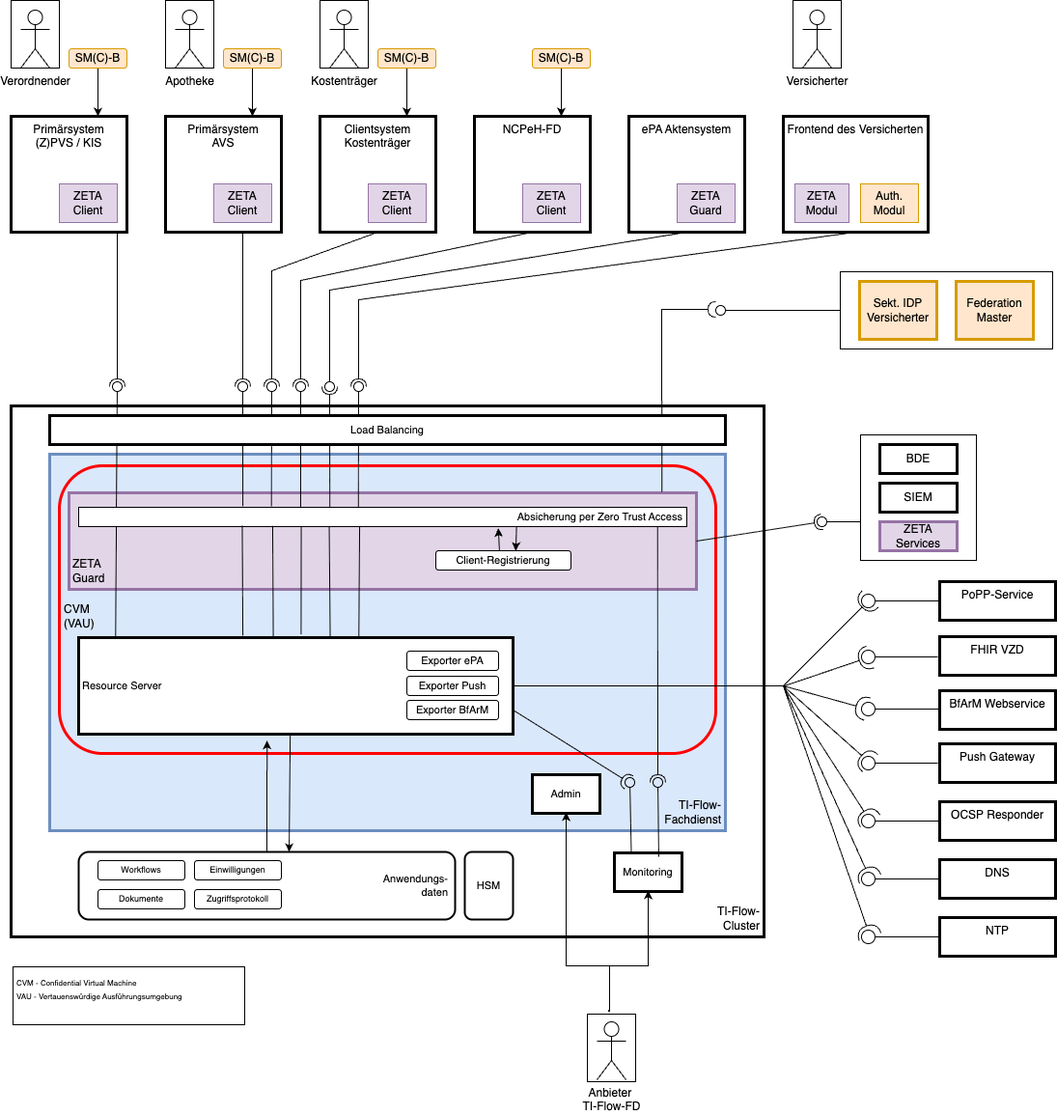
The draw.io diagram igs/core/input/images/systemueberblick_TI-Flow-Fachdienst.drawio.png in gematik/fhir-igs-workflow, before a commit. Source tidied: cells renumbered, new cells last; positions are measured from the earlier drawing's top-left corner, leaving out a move shared by most shapes.
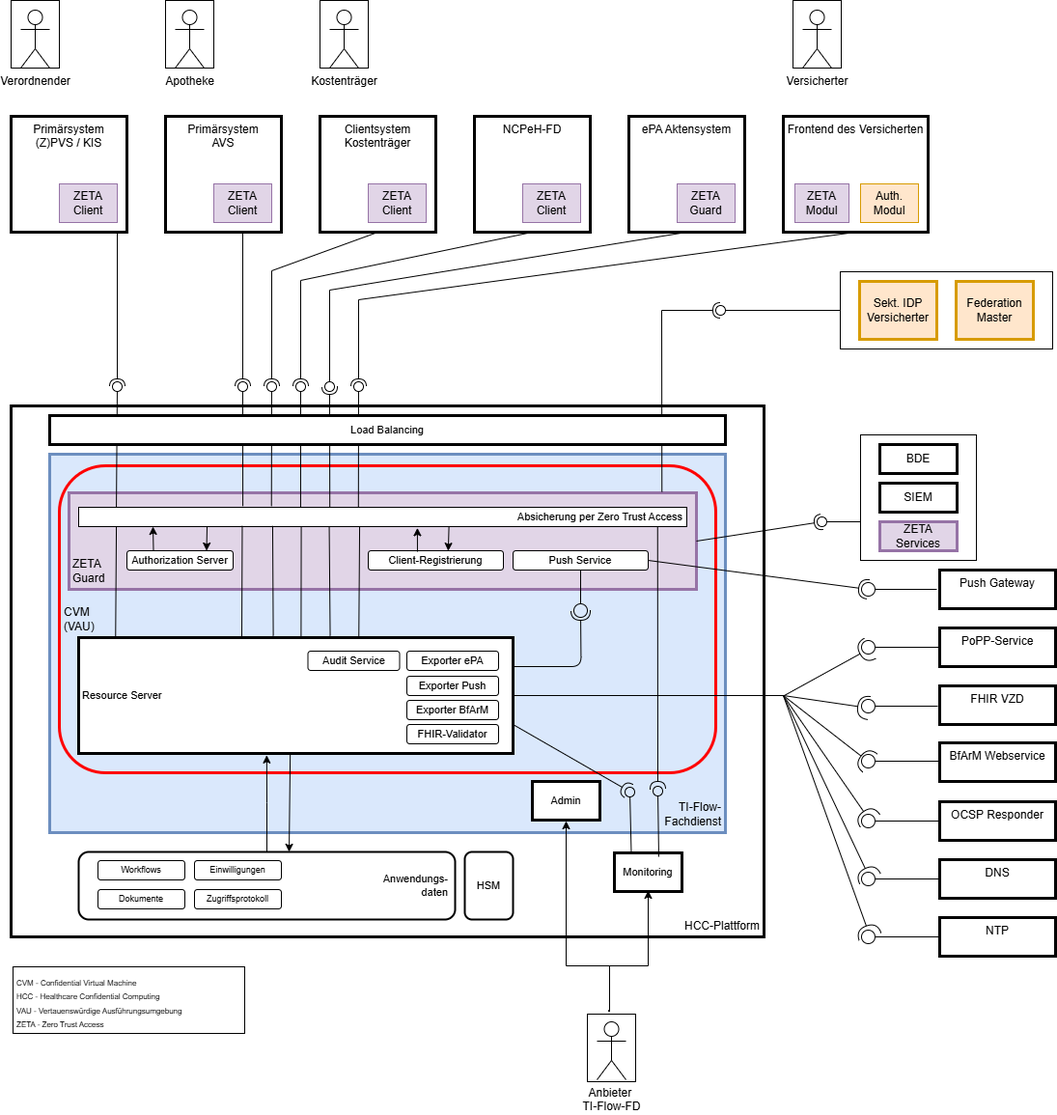
After the commit.

Commit message:
generalise the table captions

Change to the diagram source:
```diff
@@ -4,3 +4,3 @@
     <mxCell id="1" parent="0" />
-    <mxCell id="2" value="TI-Flow-&lt;div&gt;Cluster&lt;/div&gt;" style="rounded=0;whiteSpace=wrap;html=1;align=right;verticalAlign=bottom;strokeWidth=3;spacing=4;" parent="1" vertex="1">
+    <mxCell id="2" value="HCC-Plattform" style="rounded=0;whiteSpace=wrap;html=1;align=right;verticalAlign=bottom;strokeWidth=3;spacing=4;" parent="1" vertex="1">
       <mxGeometry y="420" width="780" height="550" as="geometry" />
@@ -8,6 +8,6 @@
     <mxCell id="3" value="TI-Flow-&lt;div&gt;Fachdienst&lt;/div&gt;" style="rounded=0;whiteSpace=wrap;html=1;fillColor=#dae8fc;strokeColor=#6c8ebf;strokeWidth=3;align=right;verticalAlign=bottom;spacing=4;" parent="1" vertex="1">
-      <mxGeometry x="40" y="470" width="700" height="390" as="geometry" />
+      <mxGeometry x="40" y="470" width="700" height="392" as="geometry" />
     </mxCell>
-    <mxCell id="4" value="&lt;div&gt;&lt;br&gt;&lt;/div&gt;CVM&lt;div&gt;(VAU)&lt;/div&gt;" style="rounded=1;whiteSpace=wrap;html=1;fillColor=none;strokeWidth=3;strokeColor=light-dark(#ff0000, #ededed);align=left;spacingLeft=3;" parent="1" vertex="1">
-      <mxGeometry x="50" y="482" width="680" height="298" as="geometry" />
+    <mxCell id="4" value="&lt;div&gt;&lt;span style=&quot;background-color: transparent;&quot;&gt;CVM&lt;/span&gt;&lt;/div&gt;&lt;div&gt;(VAU)&lt;/div&gt;" style="rounded=1;whiteSpace=wrap;html=1;fillColor=none;strokeWidth=3;strokeColor=light-dark(#ff0000, #ededed);align=left;spacingLeft=3;" parent="1" vertex="1">
+      <mxGeometry x="50" y="482" width="680" height="318" as="geometry" />
     </mxCell>
@@ -20,7 +20,4 @@
     <mxCell id="7" value="Client-Registrierung" style="rounded=1;whiteSpace=wrap;html=1;fontSize=11;" parent="1" vertex="1">
-      <mxGeometry x="440" y="570" width="140" height="20" as="geometry" />
+      <mxGeometry x="370" y="570" width="140" height="20" as="geometry" />
     </mxCell>
-    <mxCell id="8" style="endArrow=classic;html=1;rounded=0;exitX=0.471;exitY=0;exitDx=0;exitDy=0;exitPerimeter=0;entryX=0.69;entryY=1.083;entryDx=0;entryDy=0;entryPerimeter=0;" parent="1" edge="1" source="7" target="9">
-      <mxGeometry relative="1" as="geometry" />
-    </mxCell>
     <mxCell id="9" value="Absicherung per Zero Trust Access" style="rounded=0;whiteSpace=wrap;html=1;fontSize=11;align=right;spacing=4;" parent="1" vertex="1">
@@ -28,9 +25,16 @@
     </mxCell>
-    <mxCell id="10" style="endArrow=classic;html=1;rounded=0;entryX=0.592;entryY=0.007;entryDx=0;entryDy=0;entryPerimeter=0;exitX=0.72;exitY=1.003;exitDx=0;exitDy=0;exitPerimeter=0;" parent="1" edge="1" source="9" target="7">
-      <mxGeometry relative="1" as="geometry" />
+    <mxCell id="10" style="endArrow=classic;html=1;rounded=0;entryX=0.592;entryY=0.007;entryDx=0;entryDy=0;entryPerimeter=0;exitX=0.72;exitY=1.003;exitDx=0;exitDy=0;exitPerimeter=0;" parent="1" edge="1" target="7">
+      <mxGeometry relative="1" as="geometry">
+        <mxPoint x="453.6" y="545.1" as="sourcePoint" />
+      </mxGeometry>
     </mxCell>
+    <mxCell id="138" style="edgeStyle=orthogonalEdgeStyle;html=1;exitX=1;exitY=0.25;exitDx=0;exitDy=0;endArrow=halfCircle;endFill=0;jumpSize=6;endSize=8;" parent="1" edge="1" source="11">
+      <mxGeometry relative="1" as="geometry">
+        <mxPoint x="590" y="632" as="targetPoint" />
+      </mxGeometry>
+    </mxCell>
     <mxCell id="11" value="Resource Server" style="rounded=0;whiteSpace=wrap;html=1;fontSize=11;strokeWidth=3;align=left;perimeterSpacing=0;spacing=4;" parent="1" vertex="1">
-      <mxGeometry x="70" y="660" width="450" height="100" as="geometry" />
+      <mxGeometry x="70" y="660" width="450" height="120" as="geometry" />
     </mxCell>
-    <mxCell id="12" style="edgeStyle=orthogonalEdgeStyle;rounded=0;jettySize=auto;html=1;exitX=0.5;exitY=0;exitDx=0;exitDy=0;entryX=0.434;entryY=1.067;entryDx=0;entryDy=0;entryPerimeter=0;" parent="1" edge="1" source="13" target="11">
+    <mxCell id="12" style="edgeStyle=orthogonalEdgeStyle;rounded=0;jettySize=auto;html=1;exitX=0.5;exitY=0;exitDx=0;exitDy=0;entryX=0.433;entryY=1.015;entryDx=0;entryDy=0;entryPerimeter=0;" parent="1" edge="1" source="13" target="11">
       <mxGeometry relative="1" as="geometry" />
@@ -75,3 +79,3 @@
       <mxGeometry relative="1" as="geometry">
-        <mxPoint x="640" y="810" as="targetPoint" />
+        <mxPoint x="640" y="819" as="targetPoint" />
       </mxGeometry>
@@ -80,3 +84,3 @@
       <mxGeometry relative="1" as="geometry">
-        <mxPoint x="641" y="810" as="targetPoint" />
+        <mxPoint x="641" y="820" as="targetPoint" />
       </mxGeometry>
@@ -88,3 +92,3 @@
       <mxGeometry relative="1" as="geometry">
-        <mxPoint x="670" y="810" as="targetPoint" />
+        <mxPoint x="670" y="817" as="targetPoint" />
       </mxGeometry>
@@ -93,3 +97,3 @@
       <mxGeometry relative="1" as="geometry">
-        <mxPoint x="670" y="810" as="targetPoint" />
+        <mxPoint x="670" y="819" as="targetPoint" />
       </mxGeometry>
@@ -133,6 +137,6 @@
     <mxCell id="39" value="BfArM Webservice" style="rounded=0;whiteSpace=wrap;html=1;verticalAlign=top;strokeWidth=3;" parent="1" vertex="1">
-      <mxGeometry x="962" y="715" width="120" height="40" as="geometry" />
+      <mxGeometry x="962" y="769" width="120" height="40" as="geometry" />
     </mxCell>
     <mxCell id="40" value="FHIR VZD" style="rounded=0;whiteSpace=wrap;html=1;verticalAlign=top;strokeWidth=3;" parent="1" vertex="1">
-      <mxGeometry x="962" y="659" width="120" height="40" as="geometry" />
+      <mxGeometry x="962" y="710" width="120" height="40" as="geometry" />
     </mxCell>
@@ -145,3 +149,3 @@
     <mxCell id="43" value="PoPP-Service" style="rounded=0;whiteSpace=wrap;html=1;verticalAlign=top;strokeWidth=3;" parent="1" vertex="1">
-      <mxGeometry x="962" y="602" width="120" height="40" as="geometry" />
+      <mxGeometry x="962" y="650" width="120" height="40" as="geometry" />
     </mxCell>
@@ -275,3 +279,3 @@
     <mxCell id="72" value="Push Gateway" style="rounded=0;whiteSpace=wrap;html=1;verticalAlign=top;strokeWidth=3;" parent="1" vertex="1">
-      <mxGeometry x="962" y="770" width="120" height="40" as="geometry" />
+      <mxGeometry x="962" y="590" width="120" height="40" as="geometry" />
     </mxCell>
@@ -291,5 +295,5 @@
       <mxGeometry relative="1" as="geometry">
-        <mxPoint x="730" y="320" as="targetPoint" />
+        <mxPoint x="735" y="321" as="targetPoint" />
         <Array as="points">
-          <mxPoint x="674" y="320" />
+          <mxPoint x="674" y="321" />
         </Array>
@@ -329,26 +333,2 @@
     </mxCell>
-    <mxCell id="87" style="edgeStyle=orthogonalEdgeStyle;rounded=0;jettySize=auto;html=1;exitX=0.5;exitY=1;exitDx=0;exitDy=0;entryX=0.75;entryY=0;entryDx=0;entryDy=0;" parent="1" edge="1" source="88" target="29">
-      <mxGeometry relative="1" as="geometry" />
-    </mxCell>
-    <mxCell id="88" value="SM(C)-B" style="rounded=1;whiteSpace=wrap;html=1;fillColor=#ffe6cc;strokeColor=#d79b00;" parent="1" vertex="1">
-      <mxGeometry x="60" y="50" width="60" height="20" as="geometry" />
-    </mxCell>
-    <mxCell id="89" style="edgeStyle=orthogonalEdgeStyle;rounded=0;jettySize=auto;html=1;exitX=0.5;exitY=1;exitDx=0;exitDy=0;entryX=0.75;entryY=0;entryDx=0;entryDy=0;" parent="1" edge="1" source="90" target="31">
-      <mxGeometry relative="1" as="geometry" />
-    </mxCell>
-    <mxCell id="90" value="SM(C)-B" style="rounded=1;whiteSpace=wrap;html=1;fillColor=#ffe6cc;strokeColor=#d79b00;" parent="1" vertex="1">
-      <mxGeometry x="220" y="50" width="60" height="20" as="geometry" />
-    </mxCell>
-    <mxCell id="91" style="edgeStyle=orthogonalEdgeStyle;rounded=0;jettySize=auto;html=1;exitX=0.5;exitY=1;exitDx=0;exitDy=0;entryX=0.75;entryY=0;entryDx=0;entryDy=0;" parent="1" edge="1" source="92" target="33">
-      <mxGeometry relative="1" as="geometry" />
-    </mxCell>
-    <mxCell id="92" value="SM(C)-B" style="rounded=1;whiteSpace=wrap;html=1;fillColor=#ffe6cc;strokeColor=#d79b00;" parent="1" vertex="1">
-      <mxGeometry x="380" y="50" width="60" height="20" as="geometry" />
-    </mxCell>
-    <mxCell id="93" style="edgeStyle=orthogonalEdgeStyle;rounded=0;jettySize=auto;html=1;exitX=0.5;exitY=1;exitDx=0;exitDy=0;entryX=0.75;entryY=0;entryDx=0;entryDy=0;" parent="1" edge="1" source="94" target="35">
-      <mxGeometry relative="1" as="geometry" />
-    </mxCell>
-    <mxCell id="94" value="SM(C)-B" style="rounded=1;whiteSpace=wrap;html=1;fillColor=#ffe6cc;strokeColor=#d79b00;" parent="1" vertex="1">
-      <mxGeometry x="540" y="50" width="60" height="20" as="geometry" />
-    </mxCell>
     <mxCell id="95" value="Auth.&lt;div&gt;Modul&lt;/div&gt;" style="rounded=0;whiteSpace=wrap;html=1;fillColor=#ffe6cc;strokeColor=#d79b00;" parent="1" vertex="1">
@@ -376,13 +356,5 @@
       <mxGeometry relative="1" as="geometry">
-        <mxPoint x="880" y="622" as="targetPoint" />
+        <mxPoint x="880" y="670" as="targetPoint" />
       </mxGeometry>
     </mxCell>
-    <mxCell id="103" style="rounded=0;jettySize=auto;html=1;endArrow=halfCircle;endFill=0;sketch=0;sourcePerimeterSpacing=0;targetPerimeterSpacing=0;endSize=10;exitX=1;exitY=0.5;exitDx=0;exitDy=0;" parent="1" edge="1" source="11">
-      <mxGeometry relative="1" as="geometry">
-        <mxPoint x="890" y="620" as="targetPoint" />
-        <Array as="points">
-          <mxPoint x="800" y="710" />
-        </Array>
-      </mxGeometry>
-    </mxCell>
     <mxCell id="104" style="ellipse;whiteSpace=wrap;html=1;align=center;fillColor=none;strokeColor=none;perimeter=centerPerimeter;" parent="1" vertex="1">
@@ -392,12 +364,11 @@
       <mxGeometry relative="1" as="geometry">
-        <mxPoint x="960" y="680" as="sourcePoint" />
-        <mxPoint x="880" y="680" as="targetPoint" />
+        <mxPoint x="960" y="731" as="sourcePoint" />
+        <mxPoint x="880" y="731" as="targetPoint" />
       </mxGeometry>
     </mxCell>
-    <mxCell id="106" style="rounded=0;orthogonalLoop=1;jettySize=auto;html=1;endArrow=halfCircle;endFill=0;sketch=0;sourcePerimeterSpacing=0;targetPerimeterSpacing=0;endSize=10;exitX=1;exitY=0.5;exitDx=0;exitDy=0;" parent="1" edge="1">
+    <mxCell id="106" style="rounded=0;jettySize=auto;html=1;endArrow=halfCircle;endFill=0;sketch=0;sourcePerimeterSpacing=0;targetPerimeterSpacing=0;endSize=10;exitX=1;exitY=0.5;exitDx=0;exitDy=0;" parent="1" edge="1" source="11">
       <mxGeometry relative="1" as="geometry">
-        <mxPoint x="521" y="710" as="sourcePoint" />
-        <mxPoint x="890" y="680" as="targetPoint" />
+        <mxPoint x="890" y="671" as="targetPoint" />
         <Array as="points">
-          <mxPoint x="801" y="710" />
+          <mxPoint x="801" y="720" />
         </Array>
@@ -410,12 +381,11 @@
       <mxGeometry relative="1" as="geometry">
-        <mxPoint x="962" y="734" as="sourcePoint" />
-        <mxPoint x="880" y="734" as="targetPoint" />
+        <mxPoint x="962" y="788" as="sourcePoint" />
+        <mxPoint x="880" y="788" as="targetPoint" />
       </mxGeometry>
     </mxCell>
-    <mxCell id="109" style="rounded=0;orthogonalLoop=1;jettySize=auto;html=1;endArrow=halfCircle;endFill=0;sketch=0;sourcePerimeterSpacing=0;targetPerimeterSpacing=0;endSize=10;" parent="1" edge="1">
+    <mxCell id="109" style="rounded=0;jettySize=auto;html=1;endArrow=halfCircle;endFill=0;sketch=0;sourcePerimeterSpacing=0;targetPerimeterSpacing=0;endSize=10;exitX=1;exitY=0.5;exitDx=0;exitDy=0;" parent="1" edge="1" source="11">
       <mxGeometry relative="1" as="geometry">
-        <mxPoint x="520" y="710" as="sourcePoint" />
-        <mxPoint x="887" y="734" as="targetPoint" />
+        <mxPoint x="889" y="733" as="targetPoint" />
         <Array as="points">
-          <mxPoint x="800" y="710" />
+          <mxPoint x="800" y="720" />
         </Array>
@@ -428,12 +398,11 @@
       <mxGeometry relative="1" as="geometry">
-        <mxPoint x="960" y="790" as="sourcePoint" />
-        <mxPoint x="880" y="790" as="targetPoint" />
+        <mxPoint x="959" y="610" as="sourcePoint" />
+        <mxPoint x="880" y="610" as="targetPoint" />
       </mxGeometry>
     </mxCell>
-    <mxCell id="112" style="rounded=0;orthogonalLoop=1;jettySize=auto;html=1;endArrow=halfCircle;endFill=0;sketch=0;sourcePerimeterSpacing=0;targetPerimeterSpacing=0;endSize=10;exitX=1;exitY=0.5;exitDx=0;exitDy=0;" parent="1" edge="1">
+    <mxCell id="112" style="rounded=0;jettySize=auto;html=1;endArrow=halfCircle;endFill=0;sketch=0;sourcePerimeterSpacing=0;targetPerimeterSpacing=0;endSize=10;exitX=1;exitY=0.5;exitDx=0;exitDy=0;" parent="1" edge="1" source="11">
       <mxGeometry relative="1" as="geometry">
-        <mxPoint x="530" y="710" as="sourcePoint" />
         <mxPoint x="890" y="790" as="targetPoint" />
         <Array as="points">
-          <mxPoint x="800" y="710" />
+          <mxPoint x="800" y="720" />
         </Array>
@@ -454,3 +423,3 @@
         <Array as="points">
-          <mxPoint x="800" y="710" />
+          <mxPoint x="800" y="720" />
         </Array>
@@ -471,3 +440,3 @@
         <Array as="points">
-          <mxPoint x="800" y="710" />
+          <mxPoint x="800" y="720" />
         </Array>
@@ -488,3 +457,3 @@
         <Array as="points">
-          <mxPoint x="800" y="710" />
+          <mxPoint x="800" y="720" />
         </Array>
@@ -496,3 +465,3 @@
     <mxCell id="123" value="Admin" style="rounded=0;whiteSpace=wrap;html=1;fontSize=11;strokeWidth=3;" parent="1" vertex="1">
-      <mxGeometry x="540" y="802" width="70" height="40" as="geometry" />
+      <mxGeometry x="540" y="809" width="70" height="40" as="geometry" />
     </mxCell>
@@ -504,3 +473,3 @@
         <mxPoint x="619" y="1046" as="sourcePoint" />
-        <mxPoint x="575" y="841" as="targetPoint" />
+        <mxPoint x="575" y="850" as="targetPoint" />
         <Array as="points">
@@ -516,7 +485,9 @@
     </mxCell>
-    <mxCell id="127" value="&lt;font style=&quot;font-size: 8px;&quot;&gt;CVM - Confidential Virtual Machine&lt;/font&gt;&lt;div&gt;&lt;font style=&quot;font-size: 8px;&quot;&gt;VAU - Vertauenswürdige Ausführungsumgebung&lt;/font&gt;&lt;/div&gt;" style="rounded=0;whiteSpace=wrap;html=1;align=left;spacing=4;verticalAlign=top;" parent="1" vertex="1">
-      <mxGeometry x="2" y="1001" width="240" height="60" as="geometry" />
+    <mxCell id="127" value="&lt;font style=&quot;font-size: 8px;&quot;&gt;CVM - Confidential Virtual Machine&lt;/font&gt;&lt;div&gt;&lt;span style=&quot;font-size: 8px;&quot;&gt;HCC - Healthcare Confidential Computing&lt;br&gt;&lt;/span&gt;&lt;div&gt;&lt;font style=&quot;font-size: 8px;&quot;&gt;VAU - Vertauenswürdige Ausführungsumgebung&lt;/font&gt;&lt;/div&gt;&lt;div&gt;&lt;font style=&quot;font-size: 8px;&quot;&gt;ZETA - Zero Trust Access&lt;/font&gt;&lt;/div&gt;&lt;/div&gt;" style="rounded=0;whiteSpace=wrap;html=1;align=left;spacing=4;verticalAlign=top;" parent="1" vertex="1">
+      <mxGeometry x="2" y="1001" width="240" height="69" as="geometry" />
     </mxCell>
-    <mxCell id="128" style="endArrow=none;html=1;rounded=0;entryX=0.269;entryY=0.961;entryDx=0;entryDy=0;entryPerimeter=0;exitX=0.378;exitY=-0.022;exitDx=0;exitDy=0;exitPerimeter=0;" parent="1" edge="1" source="11" target="9">
-      <mxGeometry relative="1" as="geometry" />
+    <mxCell id="128" style="endArrow=none;html=1;rounded=0;entryX=0.269;entryY=0.961;entryDx=0;entryDy=0;entryPerimeter=0;" parent="1" edge="1" target="9">
+      <mxGeometry relative="1" as="geometry">
+        <mxPoint x="239" y="660" as="sourcePoint" />
+      </mxGeometry>
     </mxCell>
@@ -525,3 +496,3 @@
     </mxCell>
-    <mxCell id="130" style="endArrow=none;html=1;rounded=0;entryX=0.366;entryY=0.946;entryDx=0;entryDy=0;entryPerimeter=0;exitX=0.512;exitY=-0.035;exitDx=0;exitDy=0;exitPerimeter=0;" parent="1" edge="1" source="11">
+    <mxCell id="130" style="endArrow=none;html=1;rounded=0;entryX=0.366;entryY=0.946;entryDx=0;entryDy=0;entryPerimeter=0;exitX=0.512;exitY=0;exitDx=0;exitDy=0;exitPerimeter=0;" parent="1" edge="1" source="11">
       <mxGeometry relative="1" as="geometry">
@@ -548,13 +519,37 @@
     </mxCell>
-    <mxCell id="137" style="edgeStyle=orthogonalEdgeStyle;rounded=0;orthogonalLoop=1;jettySize=auto;html=1;exitX=0.5;exitY=0;exitDx=0;exitDy=0;entryX=0.5;entryY=1;entryDx=0;entryDy=0;" parent="1" edge="1">
-      <mxGeometry relative="1" as="geometry">
-        <mxPoint x="619" y="1046" as="sourcePoint" />
-        <mxPoint x="575" y="841" as="targetPoint" />
-        <Array as="points">
-          <mxPoint x="620" y="1046" />
-          <mxPoint x="620" y="1000" />
-          <mxPoint x="575" y="1000" />
-        </Array>
-      </mxGeometry>
-    </mxCell>
+    <mxCell id="139" value="FHIR-Validator" style="rounded=1;whiteSpace=wrap;html=1;fontSize=11;" parent="1" vertex="1">
+      <mxGeometry x="410" y="750" width="95" height="20" as="geometry" />
+    </mxCell>
+    <mxCell id="8" style="endArrow=classic;html=1;exitX=0.364;exitY=0.053;exitDx=0;exitDy=0;exitPerimeter=0;entryX=0.557;entryY=1.068;entryDx=0;entryDy=0;entryPerimeter=0;" parent="1" edge="1" source="7" target="9">
+      <mxGeometry relative="1" as="geometry" />
+    </mxCell>
+    <mxCell id="140" style="edgeStyle=none;html=1;exitX=1;exitY=0.5;exitDx=0;exitDy=0;endArrow=halfCircle;endFill=0;endSize=8;" parent="1" edge="1" source="141">
+      <mxGeometry relative="1" as="geometry">
+        <mxPoint x="888" y="610" as="targetPoint" />
+      </mxGeometry>
+    </mxCell>
+    <mxCell id="141" value="Push Service" style="rounded=1;whiteSpace=wrap;html=1;fontSize=11;" parent="1" vertex="1">
+      <mxGeometry x="520" y="570" width="140" height="20" as="geometry" />
+    </mxCell>
+    <mxCell id="142" style="rounded=0;jettySize=auto;html=1;endArrow=circle;endFill=0;endSize=6;strokeWidth=1;sketch=0;exitX=0.5;exitY=1;exitDx=0;exitDy=0;" parent="1" edge="1" source="141">
+      <mxGeometry relative="1" as="geometry">
+        <mxPoint x="590" y="640" as="targetPoint" />
+      </mxGeometry>
+    </mxCell>
+    <mxCell id="143" value="Audit Service" style="rounded=1;whiteSpace=wrap;html=1;fontSize=11;" parent="1" vertex="1">
+      <mxGeometry x="307.5" y="674" width="95" height="20" as="geometry" />
+    </mxCell>
+    <mxCell id="144" value="Authorization Server" style="rounded=1;whiteSpace=wrap;html=1;fontSize=11;" parent="1" vertex="1">
+      <mxGeometry x="120" y="570" width="110" height="20" as="geometry" />
+    </mxCell>
+    <mxCell id="145" style="edgeStyle=none;html=1;exitX=0.25;exitY=0;exitDx=0;exitDy=0;" parent="1" edge="1" source="144">
+      <mxGeometry relative="1" as="geometry">
+        <mxPoint x="147" y="545" as="targetPoint" />
+      </mxGeometry>
+    </mxCell>
+    <mxCell id="146" style="endArrow=classic;html=1;entryX=0.75;entryY=0;entryDx=0;entryDy=0;" parent="1" edge="1" target="144">
+      <mxGeometry relative="1" as="geometry">
+        <mxPoint x="203" y="545" as="sourcePoint" />
+      </mxGeometry>
+    </mxCell>
   </root>
```
